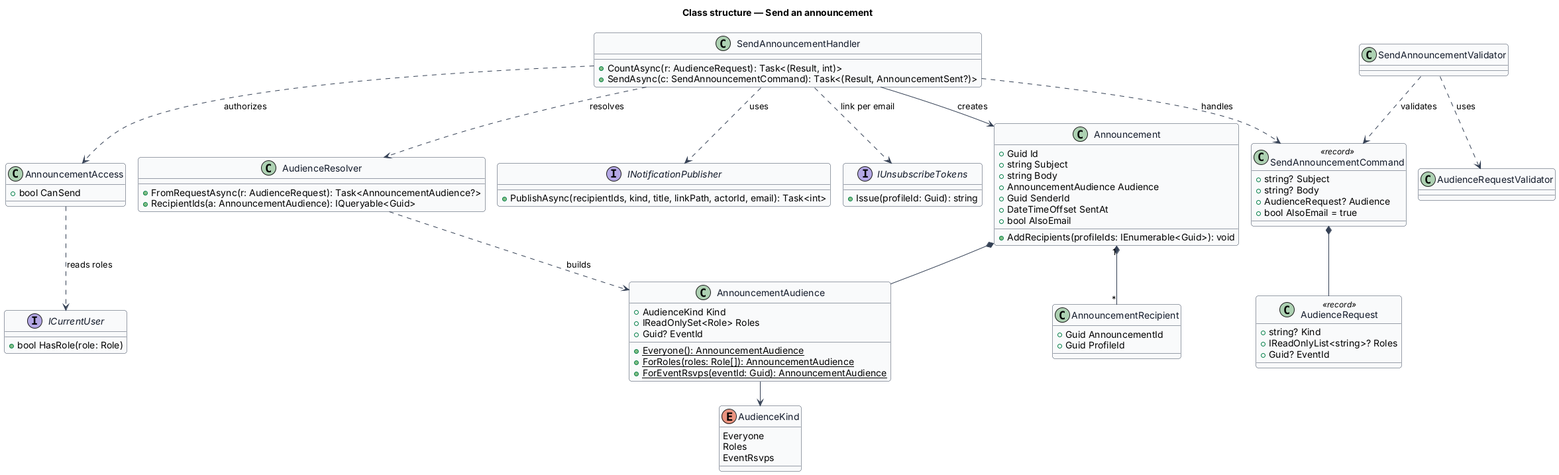
The PlantUML diagram docs/detailed-designs/announcements/send-announcement/diagrams/class-structure.png in QuinntyneBrown/faithtech-community, before a commit. Its diagram source:
```plantuml
@startuml
!pragma layout smetana
skinparam backgroundColor #FFFFFF
skinparam shadowing false
skinparam roundcorner 8
skinparam defaultFontName Arial
skinparam ArrowColor #344054
skinparam class {
  BorderColor #344054
  FontColor #101828
  BackgroundColor #F9FAFB
}
title Class structure — Send an announcement
enum AudienceKind {
  Everyone
  Roles
  EventRsvps
}
class AnnouncementAudience {
  +AudienceKind Kind
  +IReadOnlySet<Role> Roles
  +Guid? EventId
  +{static} Everyone(): AnnouncementAudience
  +{static} ForRoles(roles: Role[]): AnnouncementAudience
  +{static} ForEventRsvps(eventId: Guid): AnnouncementAudience
}
class Announcement {
  +Guid Id
  +string Subject
  +string Body
  +AnnouncementAudience Audience
  +Guid SenderId
  +DateTimeOffset SentAt
  +bool AlsoEmail
  +AddRecipients(profileIds: IEnumerable<Guid>): void
}
class AnnouncementRecipient {
  +Guid AnnouncementId
  +Guid ProfileId
}
class AudienceRequest <<record>> {
  +string? Kind
  +IReadOnlyList<string>? Roles
  +Guid? EventId
}
class SendAnnouncementCommand <<record>> {
  +string? Subject
  +string? Body
  +AudienceRequest? Audience
  +bool AlsoEmail = true
}
class SendAnnouncementHandler {
  +CountAsync(r: AudienceRequest): Task<(Result, int)>
  +SendAsync(c: SendAnnouncementCommand): Task<(Result, AnnouncementSent?)>
}
class AudienceRequestValidator
class SendAnnouncementValidator
class AnnouncementAccess {
  +bool CanSend
}
class AudienceResolver {
  +FromRequestAsync(r: AudienceRequest): Task<AnnouncementAudience?>
  +RecipientIds(a: AnnouncementAudience): IQueryable<Guid>
}
interface INotificationPublisher {
  +PublishAsync(recipientIds, kind, title, linkPath, actorId, email): Task<int>
}
interface IUnsubscribeTokens {
  +Issue(profileId: Guid): string
}
interface ICurrentUser {
  +bool HasRole(role: Role)
}
AnnouncementAudience --> AudienceKind
Announcement *-- AnnouncementAudience
Announcement "1" *-- "*" AnnouncementRecipient
SendAnnouncementCommand *-- AudienceRequest
SendAnnouncementHandler ..> SendAnnouncementCommand : handles
SendAnnouncementValidator ..> SendAnnouncementCommand : validates
SendAnnouncementValidator ..> AudienceRequestValidator : uses
AnnouncementAccess ..> ICurrentUser : reads roles
SendAnnouncementHandler ..> AnnouncementAccess : authorizes
SendAnnouncementHandler ..> AudienceResolver : resolves
AudienceResolver ..> AnnouncementAudience : builds
SendAnnouncementHandler ..> IUnsubscribeTokens : link per email
SendAnnouncementHandler ..> INotificationPublisher : uses
SendAnnouncementHandler --> Announcement : creates
@enduml
```
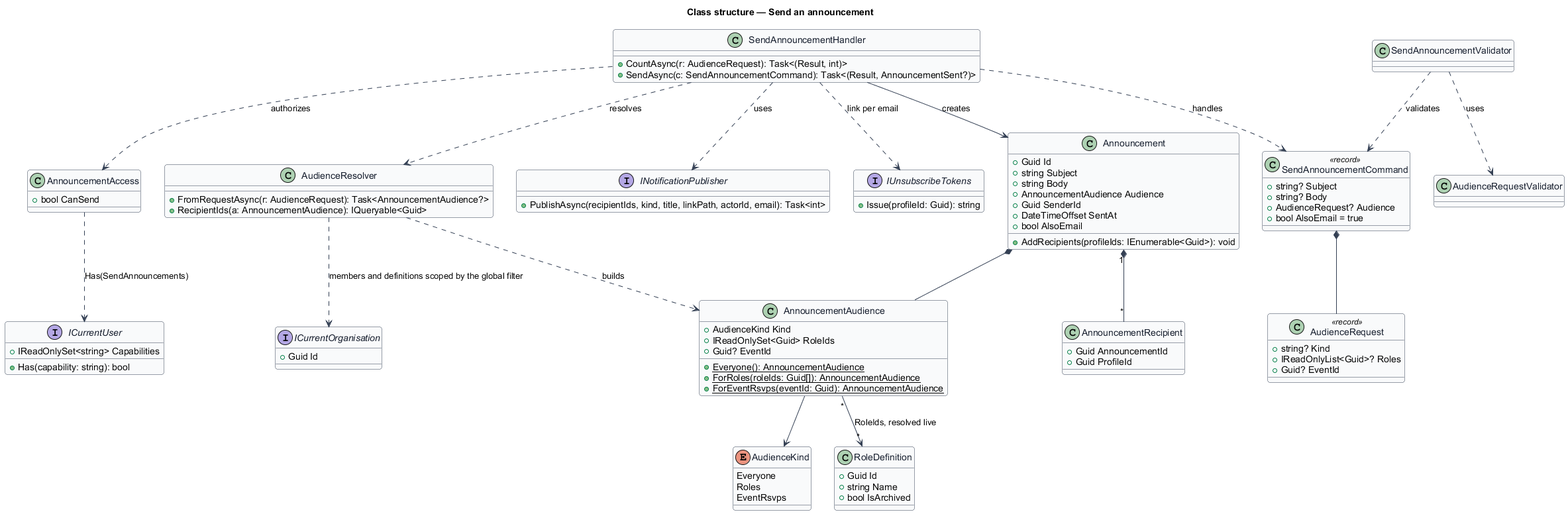
The same file after the commit.

The edit, as a diff of the source:
```diff
@@ -1,5 +1,4 @@
 @startuml
-!pragma layout smetana
 skinparam backgroundColor #FFFFFF
 skinparam shadowing false
 skinparam roundcorner 8
@@ -18,10 +17,10 @@
 }
 class AnnouncementAudience {
   +AudienceKind Kind
-  +IReadOnlySet<Role> Roles
+  +IReadOnlySet<Guid> RoleIds
   +Guid? EventId
   +{static} Everyone(): AnnouncementAudience
-  +{static} ForRoles(roles: Role[]): AnnouncementAudience
+  +{static} ForRoles(roleIds: Guid[]): AnnouncementAudience
   +{static} ForEventRsvps(eventId: Guid): AnnouncementAudience
 }
 class Announcement {
@@ -38,9 +37,14 @@
   +Guid AnnouncementId
   +Guid ProfileId
 }
+class RoleDefinition {
+  +Guid Id
+  +string Name
+  +bool IsArchived
+}
 class AudienceRequest <<record>> {
   +string? Kind
-  +IReadOnlyList<string>? Roles
+  +IReadOnlyList<Guid>? Roles
   +Guid? EventId
 }
 class SendAnnouncementCommand <<record>> {
@@ -69,16 +73,22 @@
   +Issue(profileId: Guid): string
 }
 interface ICurrentUser {
-  +bool HasRole(role: Role)
+  +IReadOnlySet<string> Capabilities
+  +Has(capability: string): bool
+}
+interface ICurrentOrganisation {
+  +Guid Id
 }
 AnnouncementAudience --> AudienceKind
+AnnouncementAudience "*" --> "*" RoleDefinition : RoleIds, resolved live
 Announcement *-- AnnouncementAudience
 Announcement "1" *-- "*" AnnouncementRecipient
 SendAnnouncementCommand *-- AudienceRequest
 SendAnnouncementHandler ..> SendAnnouncementCommand : handles
 SendAnnouncementValidator ..> SendAnnouncementCommand : validates
 SendAnnouncementValidator ..> AudienceRequestValidator : uses
-AnnouncementAccess ..> ICurrentUser : reads roles
+AnnouncementAccess ..> ICurrentUser : Has(SendAnnouncements)
+AudienceResolver ..> ICurrentOrganisation : members and definitions scoped by the global filter
 SendAnnouncementHandler ..> AnnouncementAccess : authorizes
 SendAnnouncementHandler ..> AudienceResolver : resolves
 AudienceResolver ..> AnnouncementAudience : builds
```
